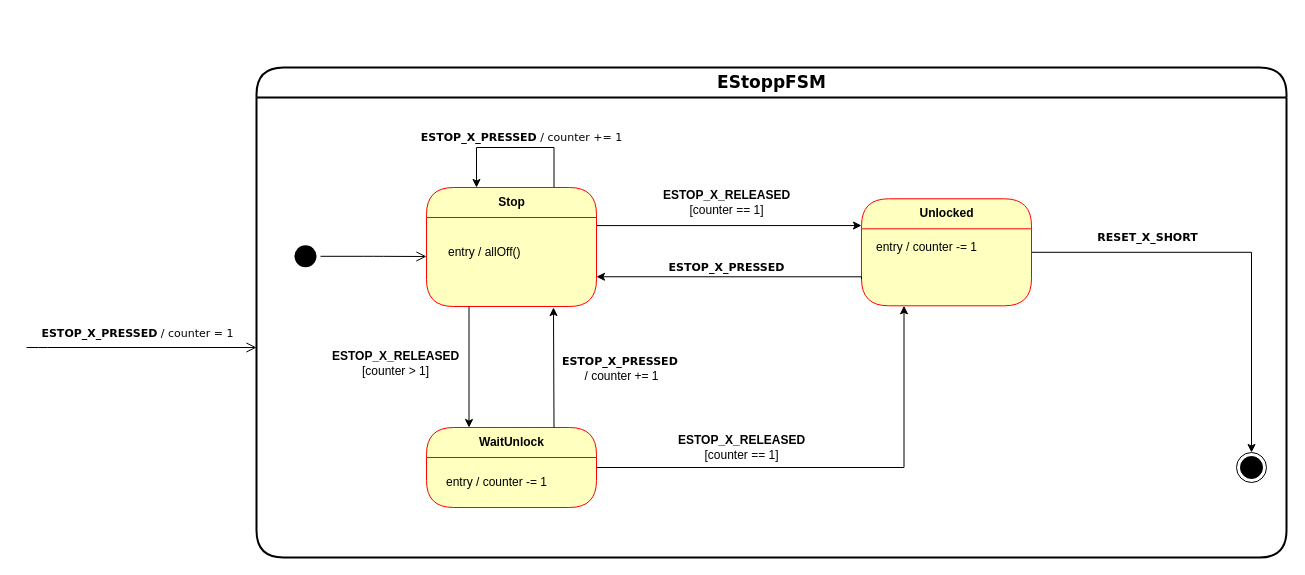
Above: page "estopp" (3 of 5) of docs/diagrams/fsm/state_machines.drawio in u2knwy/ESEP-2023SoSe-Team-2-1 (draw.io), before the change. Source tidied: cells renumbered, new cells numbered last; positions are measured from the earlier drawing's top-left corner, leaving out a move shared by most shapes. Both pictures are drawn from the tidied source at 100%, with x=0, y=0 at pixel (26, 67).
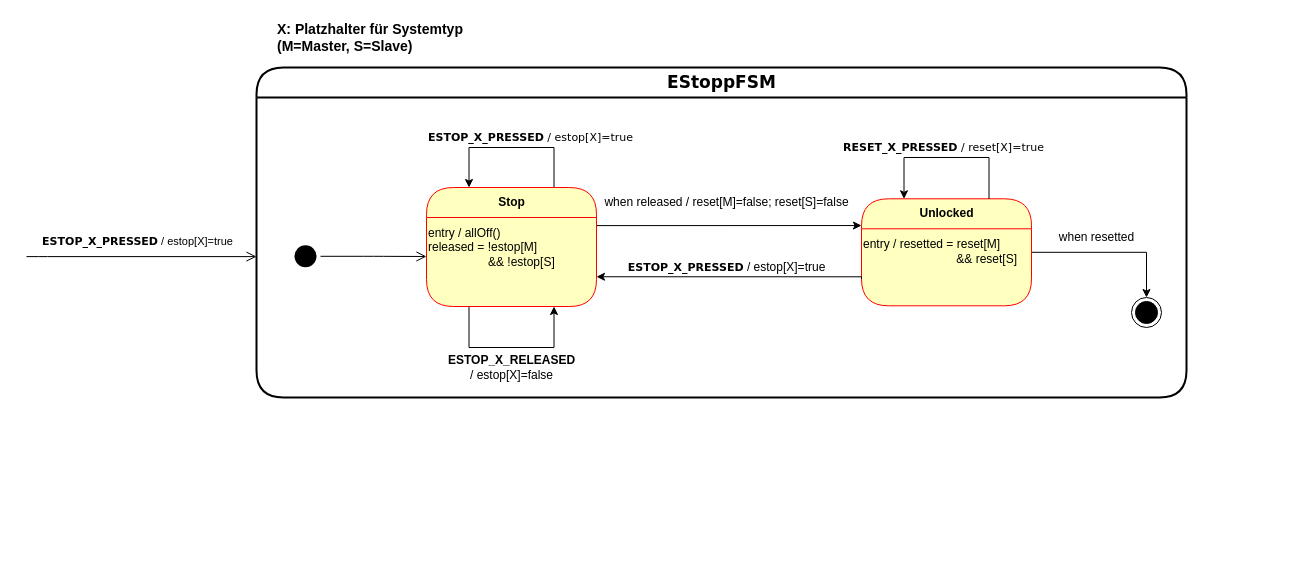
The same diagram, later.

Unchanged cells that the change refers to:
```xml
<mxCell id="8" value="Stop" style="swimlane;html=1;fontStyle=1;align=center;verticalAlign=middle;horizontal=1;startSize=30;fontColor=#000000;rounded=1;arcSize=30;strokeColor=#ff0000;fillColor=#ffffc0;swimlaneFillColor=#ffffc0;" parent="1" vertex="1">
  <mxGeometry x="400" y="120" width="170" height="119" as="geometry" />
</mxCell>
<mxCell id="14" value="Unlocked" style="swimlane;html=1;fontStyle=1;align=center;verticalAlign=middle;horizontal=1;startSize=30;fontColor=#000000;rounded=1;arcSize=30;strokeColor=#ff0000;fillColor=#ffffc0;swimlaneFillColor=#ffffc0;" parent="1" vertex="1">
  <mxGeometry x="835" y="131.3" width="170" height="107" as="geometry" />
</mxCell>
```

The edit, as a diff of the source:
```diff
@@
     <mxCell id="2" value="&lt;font face=&quot;Verdana&quot; style=&quot;font-size: 17px&quot;&gt;EStoppFSM&lt;/font&gt;" style="swimlane;html=1;fontStyle=1;align=center;verticalAlign=middle;horizontal=1;startSize=30;fontColor=#000000;rounded=1;arcSize=30;strokeColor=#000000;swimlaneFillColor=#FFFFFF;fillColor=#FFFFFF;strokeWidth=2;" parent="1" vertex="1">
-      <mxGeometry x="230" width="1030" height="490" as="geometry" />
+      <mxGeometry x="230" width="930" height="330" as="geometry" />
     </mxCell>
     <mxCell id="3" style="edgeStyle=orthogonalEdgeStyle;html=1;verticalAlign=bottom;endArrow=open;endSize=8;strokeColor=#000000;" parent="1" edge="1">
       <mxGeometry relative="1" as="geometry">
-        <mxPoint y="280" as="sourcePoint" />
-        <mxPoint x="230" y="280" as="targetPoint" />
+        <mxPoint y="189.1" as="sourcePoint" />
+        <mxPoint x="230" y="189.1" as="targetPoint" />
         <Array as="points">
-          <mxPoint x="11" y="280" />
+          <mxPoint x="11" y="189.1" />
         </Array>
       </mxGeometry>
     </mxCell>
@@
-    <mxCell id="5" value="&lt;font face=&quot;Verdana&quot;&gt;&lt;b&gt;ESTOP_X_PRESSED&lt;/b&gt; / counter = 1&lt;/font&gt;" style="edgeLabel;html=1;align=center;verticalAlign=middle;" parent="1" vertex="1">
-      <mxGeometry x="110" y="265" as="geometry" />
+    <mxCell id="5" value="&lt;b style=&quot;border-color: var(--border-color); font-family: Verdana;&quot;&gt;ESTOP_X_PRESSED&lt;/b&gt;&amp;nbsp;/ estop[X]=true&lt;font face=&quot;Verdana&quot;&gt;&lt;br&gt;&lt;/font&gt;" style="edgeLabel;html=1;align=center;verticalAlign=middle;" parent="1" vertex="1">
+      <mxGeometry x="110" y="173.8" as="geometry" />
     </mxCell>
@@
-    <mxCell id="7" style="edgeStyle=orthogonalEdgeStyle;rounded=0;jettySize=auto;html=1;exitX=0.75;exitY=0;exitDx=0;exitDy=0;" parent="1" edge="1" source="8">
+    <mxCell id="7" style="edgeStyle=orthogonalEdgeStyle;rounded=0;orthogonalLoop=1;jettySize=auto;html=1;exitX=0.75;exitY=0;exitDx=0;exitDy=0;entryX=0.25;entryY=0;entryDx=0;entryDy=0;" parent="1" edge="1" source="8" target="8">
       <mxGeometry relative="1" as="geometry">
-        <mxPoint x="450" y="120" as="targetPoint" />
         <Array as="points">
           <mxPoint x="528" y="80" />
-          <mxPoint x="450" y="80" />
+          <mxPoint x="443" y="80" />
+          <mxPoint x="443" y="120" />
         </Array>
       </mxGeometry>
     </mxCell>
@@
     <mxCell id="12" style="ellipse;html=1;shape=endState;fillColor=#000000;strokeColor=#000000;" parent="1" vertex="1">
-      <mxGeometry x="1210" y="385" width="30" height="30" as="geometry" />
+      <mxGeometry x="1105" y="230" width="30" height="30" as="geometry" />
     </mxCell>
@@
-    <mxCell id="15" value="&lt;b style=&quot;border-color: var(--border-color);&quot;&gt;ESTOP_X_RELEASED&lt;/b&gt;&lt;b&gt;&lt;font face=&quot;Verdana&quot;&gt;&lt;br&gt;&lt;/font&gt;&lt;/b&gt;[counter == 1]" style="text;html=1;align=center;verticalAlign=middle;strokeColor=none;" parent="1" vertex="1">
-      <mxGeometry x="625" y="115" width="150" height="40" as="geometry" />
+    <mxCell id="15" value="when released / reset[M]=false; reset[S]=false" style="text;html=1;align=center;verticalAlign=middle;strokeColor=none;" parent="1" vertex="1">
+      <mxGeometry x="565" y="120" width="270" height="30" as="geometry" />
     </mxCell>
-    <mxCell id="16" value="&lt;font size=&quot;1&quot; face=&quot;Verdana&quot;&gt;&lt;b style=&quot;font-size: 11px;&quot;&gt;RESET_X_SHORT&lt;/b&gt;&lt;/font&gt;" style="text;html=1;align=center;verticalAlign=middle;strokeColor=none;" parent="1" vertex="1">
-      <mxGeometry x="1056" y="155" width="130" height="30" as="geometry" />
+    <mxCell id="16" value="when resetted" style="text;html=1;align=center;verticalAlign=middle;strokeColor=none;" parent="1" vertex="1">
+      <mxGeometry x="1020" y="155" width="100" height="30" as="geometry" />
     </mxCell>
-    <mxCell id="17" value="entry / allOff()" style="text;html=1;align=left;verticalAlign=middle;strokeColor=none;" parent="1" vertex="1">
-      <mxGeometry x="420" y="169.8" width="100" height="30" as="geometry" />
+    <mxCell id="17" value="entry / allOff()&lt;br&gt;released = !estop[M] &lt;br&gt;&lt;span style=&quot;white-space: pre;&quot;&gt;&#9;&lt;/span&gt;&lt;span style=&quot;white-space: pre;&quot;&gt;&#9;&lt;/span&gt;&amp;nbsp; &amp;amp;&amp;amp; !estop[S]" style="text;html=1;align=left;verticalAlign=middle;strokeColor=none;" parent="1" vertex="1">
+      <mxGeometry x="400" y="150" width="150" height="60" as="geometry" />
     </mxCell>
@@
-    <mxCell id="19" value="&lt;b style=&quot;border-color: var(--border-color); font-family: Verdana; font-size: 11px; background-color: rgb(255, 255, 255);&quot;&gt;ESTOP_X_PRESSED&lt;/b&gt;" style="text;html=1;align=center;verticalAlign=middle;strokeColor=none;" parent="1" vertex="1">
-      <mxGeometry x="630" y="185" width="140" height="30" as="geometry" />
+    <mxCell id="19" value="&lt;b style=&quot;border-color: var(--border-color); font-family: Verdana; font-size: 11px; background-color: rgb(255, 255, 255);&quot;&gt;ESTOP_X_PRESSED&lt;/b&gt;&amp;nbsp;/ estop[X]=true" style="text;html=1;align=center;verticalAlign=middle;strokeColor=none;" parent="1" vertex="1">
+      <mxGeometry x="585" y="185" width="230" height="30" as="geometry" />
     </mxCell>
-    <mxCell id="20" value="entry / counter -= 1" style="text;html=1;align=center;verticalAlign=middle;strokeColor=none;" parent="1" vertex="1">
-      <mxGeometry x="840" y="165" width="120" height="30" as="geometry" />
+    <mxCell id="20" value="entry / resetted = reset[M] &lt;br&gt;&lt;span style=&quot;white-space: pre;&quot;&gt;&#9;&lt;/span&gt;&lt;span style=&quot;white-space: pre;&quot;&gt;&#9;&lt;/span&gt;&lt;span style=&quot;white-space: pre;&quot;&gt;&#9;&lt;/span&gt;&amp;nbsp; &amp;nbsp; &amp;amp;&amp;amp; reset[S]" style="text;html=1;align=left;verticalAlign=middle;strokeColor=none;" parent="1" vertex="1">
+      <mxGeometry x="835" y="163.8" width="180" height="40" as="geometry" />
     </mxCell>
-    <mxCell id="21" value="WaitUnlock" style="swimlane;html=1;fontStyle=1;align=center;verticalAlign=middle;horizontal=1;startSize=30;fontColor=#000000;rounded=1;arcSize=30;strokeColor=#ff0000;fillColor=#ffffc0;swimlaneFillColor=#ffffc0;" parent="1" vertex="1">
-      <mxGeometry x="400" y="360" width="170" height="80" as="geometry" />
-    </mxCell>
-    <mxCell id="22" style="edgeStyle=orthogonalEdgeStyle;rounded=0;jettySize=auto;html=1;fillColor=#f8cecc;strokeColor=#000000;exitX=0.25;exitY=1;exitDx=0;exitDy=0;entryX=0.25;entryY=0;entryDx=0;entryDy=0;" parent="1" edge="1" source="8" target="21">
-      <mxGeometry relative="1" as="geometry" />
+    <mxCell id="22" style="edgeStyle=orthogonalEdgeStyle;rounded=0;orthogonalLoop=1;jettySize=auto;html=1;fillColor=#f8cecc;strokeColor=#000000;exitX=0.25;exitY=1;exitDx=0;exitDy=0;entryX=0.75;entryY=1;entryDx=0;entryDy=0;" parent="1" edge="1" source="8" target="8">
+      <mxGeometry relative="1" as="geometry">
+        <Array as="points">
+          <mxPoint x="442" y="280" />
+          <mxPoint x="528" y="280" />
+        </Array>
+      </mxGeometry>
     </mxCell>
-    <mxCell id="23" value="entry / counter -= 1" style="text;html=1;align=center;verticalAlign=middle;strokeColor=none;" parent="1" vertex="1">
-      <mxGeometry x="410" y="400" width="120" height="30" as="geometry" />
-    </mxCell>
-    <mxCell id="24" value="&lt;b&gt;ESTOP_X_RELEASED&lt;/b&gt;&lt;br&gt;[counter &amp;gt; 1]" style="text;html=1;align=center;verticalAlign=middle;strokeColor=none;" parent="1" vertex="1">
-      <mxGeometry x="294" y="276" width="150" height="40" as="geometry" />
+    <mxCell id="24" value="&lt;b&gt;ESTOP_X_RELEASED&lt;/b&gt;&lt;br&gt;/ estop[X]=false" style="text;html=1;align=center;verticalAlign=middle;strokeColor=none;" parent="1" vertex="1">
+      <mxGeometry x="410" y="280" width="150" height="40" as="geometry" />
     </mxCell>
-    <mxCell id="25" style="edgeStyle=orthogonalEdgeStyle;rounded=0;jettySize=auto;html=1;fillColor=#f8cecc;strokeColor=#000000;exitX=0.75;exitY=0;exitDx=0;exitDy=0;" parent="1" edge="1" source="21">
-      <mxGeometry relative="1" as="geometry">
-        <mxPoint x="527" y="240" as="targetPoint" />
-      </mxGeometry>
-    </mxCell>
-    <mxCell id="26" value="&lt;b style=&quot;border-color: var(--border-color); font-family: Verdana; font-size: 11px; background-color: rgb(255, 255, 255);&quot;&gt;ESTOP_X_PRESSED&lt;/b&gt;&amp;nbsp;&lt;br&gt;/ counter += 1" style="text;html=1;align=center;verticalAlign=middle;strokeColor=none;" parent="1" vertex="1">
-      <mxGeometry x="520" y="281" width="150" height="40" as="geometry" />
-    </mxCell>
-    <mxCell id="27" style="edgeStyle=orthogonalEdgeStyle;rounded=0;jettySize=auto;html=1;fillColor=#f8cecc;strokeColor=#000000;entryX=0.25;entryY=1;entryDx=0;entryDy=0;exitX=1;exitY=0.5;exitDx=0;exitDy=0;" parent="1" edge="1" source="21" target="14">
-      <mxGeometry relative="1" as="geometry" />
-    </mxCell>
-    <mxCell id="28" value="&lt;b style=&quot;border-color: var(--border-color);&quot;&gt;ESTOP_X_RELEASED&lt;/b&gt;&lt;br&gt;[counter == 1]" style="text;html=1;align=center;verticalAlign=middle;strokeColor=none;" parent="1" vertex="1">
-      <mxGeometry x="640" y="360" width="150" height="40" as="geometry" />
-    </mxCell>
-    <mxCell id="29" value="&lt;b style=&quot;border-color: var(--border-color); font-family: Verdana; font-size: 11px; background-color: rgb(255, 255, 255);&quot;&gt;ESTOP_X_PRESSED&lt;/b&gt;&lt;span style=&quot;border-color: var(--border-color); font-family: Verdana; font-size: 11px; background-color: rgb(255, 255, 255);&quot;&gt;&amp;nbsp;/ counter += 1&lt;/span&gt;" style="text;html=1;align=center;verticalAlign=middle;strokeColor=none;fillColor=none;" parent="1" vertex="1">
-      <mxGeometry x="380" y="55" width="230" height="30" as="geometry" />
+    <mxCell id="29" value="&lt;b style=&quot;border-color: var(--border-color); font-family: Verdana; font-size: 11px; background-color: rgb(255, 255, 255);&quot;&gt;ESTOP_X_PRESSED&lt;/b&gt;&lt;span style=&quot;border-color: var(--border-color); font-family: Verdana; font-size: 11px; background-color: rgb(255, 255, 255);&quot;&gt;&amp;nbsp;/ estop[X]=true&lt;/span&gt;" style="text;html=1;align=center;verticalAlign=middle;strokeColor=none;fillColor=none;" parent="1" vertex="1">
+      <mxGeometry x="384" y="55" width="240" height="30" as="geometry" />
     </mxCell>
+    <mxCell id="30" value="X: Platzhalter für Systemtyp (M=Master, S=Slave)" style="text;html=1;strokeColor=none;fillColor=none;align=left;verticalAlign=middle;whiteSpace=wrap;rounded=0;fontSize=14;fontStyle=1;" parent="1" vertex="1">
+      <mxGeometry x="249" y="-50" width="201" height="40" as="geometry" />
+    </mxCell>
+    <mxCell id="31" style="edgeStyle=orthogonalEdgeStyle;rounded=0;orthogonalLoop=1;jettySize=auto;html=1;exitX=0.75;exitY=0;exitDx=0;exitDy=0;entryX=0.25;entryY=0;entryDx=0;entryDy=0;" parent="1" edge="1" source="14" target="14">
+      <mxGeometry relative="1" as="geometry">
+        <Array as="points">
+          <mxPoint x="962" y="90" />
+          <mxPoint x="878" y="90" />
+          <mxPoint x="878" y="131" />
+        </Array>
+      </mxGeometry>
+    </mxCell>
+    <mxCell id="32" value="&lt;b style=&quot;border-color: var(--border-color); font-family: Verdana; font-size: 11px; background-color: rgb(255, 255, 255);&quot;&gt;RESET_X_PRESSED&lt;/b&gt;&lt;span style=&quot;border-color: var(--border-color); font-family: Verdana; font-size: 11px; background-color: rgb(255, 255, 255);&quot;&gt;&amp;nbsp;/ reset[X]=true&lt;/span&gt;" style="text;html=1;align=center;verticalAlign=middle;strokeColor=none;fillColor=none;" parent="1" vertex="1">
+      <mxGeometry x="802" y="65" width="230" height="30" as="geometry" />
+    </mxCell>
```
